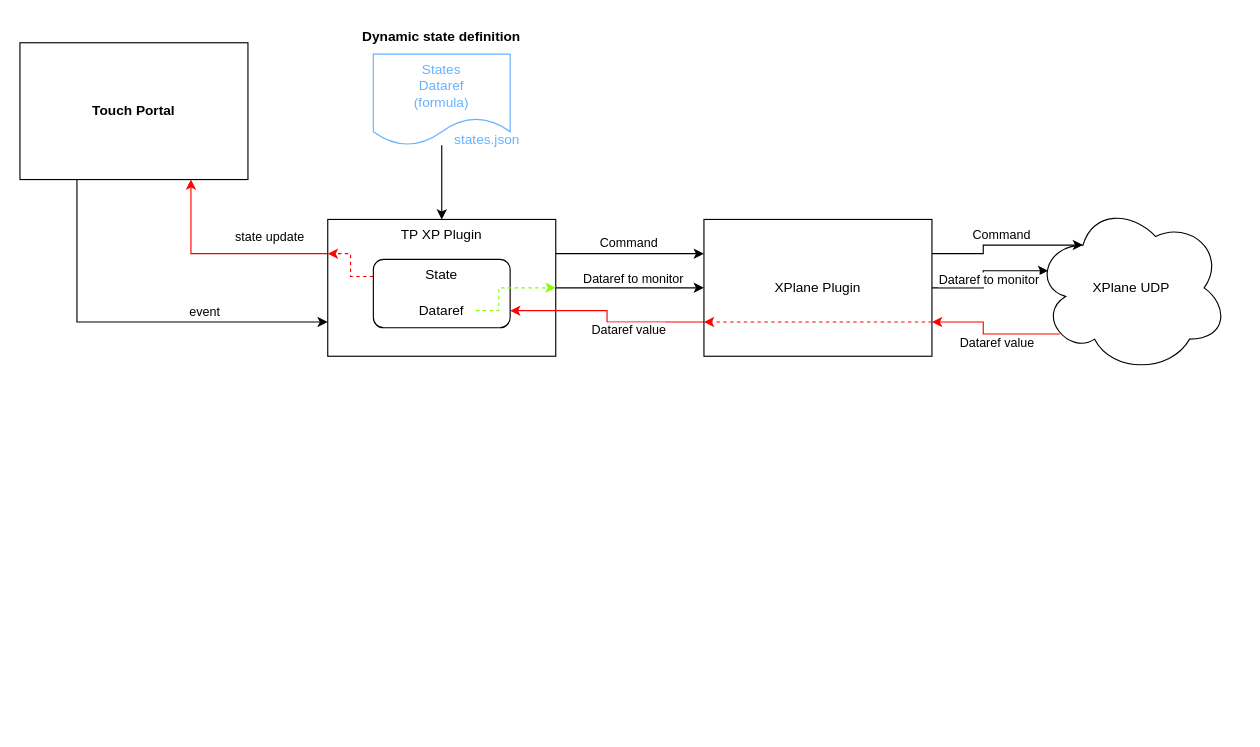
The draw.io diagram docs/tpxpplugin.drawio in devleaks/TouchPortal-X-Plane-UDP, before the edit. Source tidied: cells renumbered, new cells numbered last; positions are measured from the earlier drawing's top-left corner, leaving out a move shared by most shapes. Both pictures are drawn from the tidied source at 114%, with x=0, y=0 at pixel (19, 19).
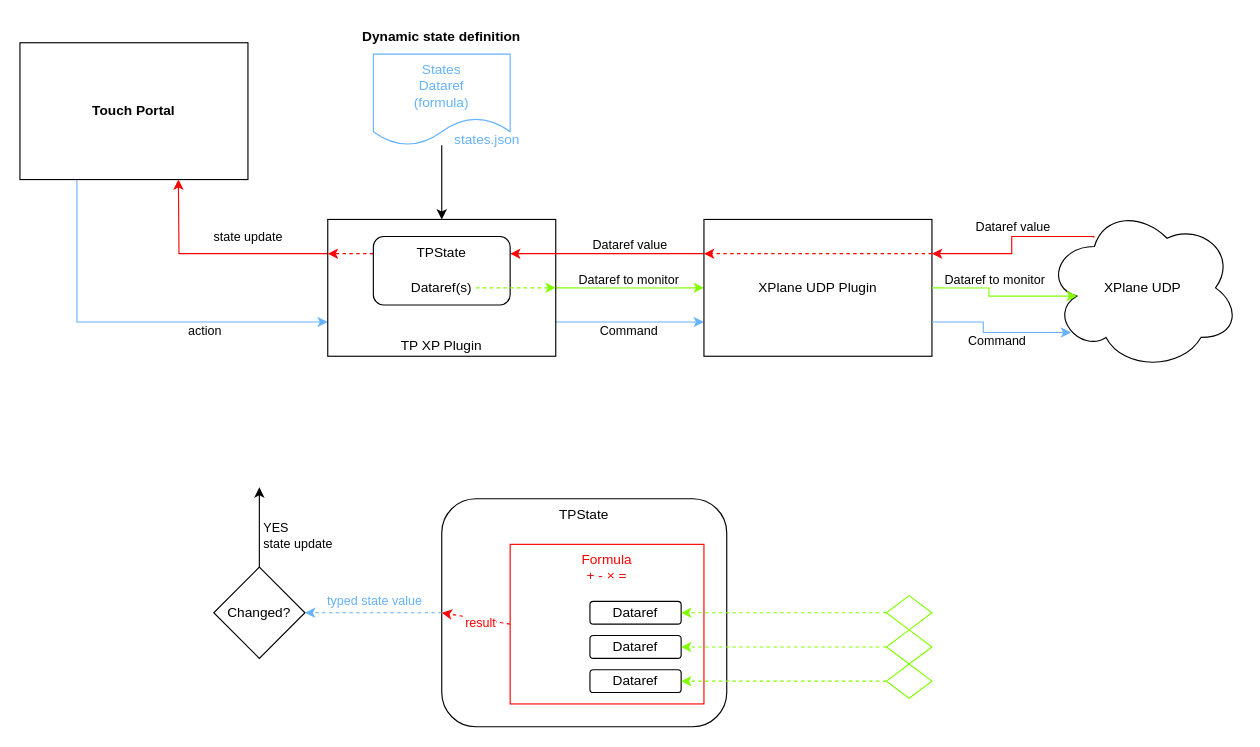
Above is the later version.

Commit message (it also covers changes not shown here):
more precise state defintion, less update from datarefs, faster too

The change refers to these unchanged cells:
```xml
<mxCell id="4" value="Touch Portal" style="rounded=0;whiteSpace=wrap;html=1;fontStyle=1;" parent="1" vertex="1">
  <mxGeometry y="20" width="200" height="120" as="geometry" />
</mxCell>
```

Diff of the diagram source:
```diff
@@
-    <mxCell id="2" style="edgeStyle=orthogonalEdgeStyle;rounded=0;jettySize=auto;html=1;exitX=0.25;exitY=1;exitDx=0;exitDy=0;entryX=0;entryY=0.75;entryDx=0;entryDy=0;" parent="1" edge="1" source="4" target="10">
+    <mxCell id="2" style="edgeStyle=orthogonalEdgeStyle;rounded=0;jettySize=auto;html=1;exitX=0.25;exitY=1;exitDx=0;exitDy=0;entryX=0;entryY=0.75;entryDx=0;entryDy=0;strokeColor=#66B2FF;" parent="1" edge="1" source="4" target="10">
       <mxGeometry relative="1" as="geometry" />
     </mxCell>
-    <mxCell id="3" value="event" style="edgeLabel;html=1;align=center;verticalAlign=middle;" parent="2" vertex="1">
+    <mxCell id="3" value="action" style="edgeLabel;html=1;align=center;verticalAlign=middle;" parent="2" vertex="1">
       <mxGeometry x="0.29" y="4" relative="1" as="geometry">
-        <mxPoint x="13" y="-6" as="offset" />
+        <mxPoint x="13" y="11" as="offset" />
       </mxGeometry>
     </mxCell>
@@
-    <mxCell id="5" style="edgeStyle=orthogonalEdgeStyle;rounded=0;jettySize=auto;html=1;exitX=1;exitY=0.25;exitDx=0;exitDy=0;entryX=0;entryY=0.25;entryDx=0;entryDy=0;" parent="1" edge="1" source="10" target="15">
+    <mxCell id="5" style="edgeStyle=orthogonalEdgeStyle;rounded=0;jettySize=auto;html=1;exitX=1;exitY=0.75;exitDx=0;exitDy=0;entryX=0;entryY=0.75;entryDx=0;entryDy=0;strokeColor=#66B2FF;" parent="1" edge="1" source="10" target="15">
       <mxGeometry relative="1" as="geometry" />
     </mxCell>
     <mxCell id="6" value="Command" style="edgeLabel;html=1;align=center;verticalAlign=middle;" parent="5" vertex="1">
       <mxGeometry x="-0.03" y="2" relative="1" as="geometry">
-        <mxPoint y="-8" as="offset" />
+        <mxPoint y="9" as="offset" />
       </mxGeometry>
     </mxCell>
-    <mxCell id="7" value="state update" style="edgeStyle=orthogonalEdgeStyle;rounded=0;jettySize=auto;html=1;exitX=0;exitY=0.25;exitDx=0;exitDy=0;entryX=0.75;entryY=1;entryDx=0;entryDy=0;strokeColor=#FF0000;" parent="1" edge="1" source="10" target="4">
-      <mxGeometry x="-0.45" y="-15" relative="1" as="geometry" />
+    <mxCell id="7" value="state update" style="edgeStyle=orthogonalEdgeStyle;rounded=0;jettySize=auto;html=1;exitX=0;exitY=0.25;exitDx=0;exitDy=0;entryX=0.75;entryY=1;entryDx=0;entryDy=0;strokeColor=#FF0000;" parent="1" edge="1" source="10">
+      <mxGeometry x="-0.28" y="-15" relative="1" as="geometry">
+        <mxPoint x="139" y="140" as="targetPoint" />
+      </mxGeometry>
     </mxCell>
-    <mxCell id="8" style="edgeStyle=orthogonalEdgeStyle;rounded=0;jettySize=auto;html=1;exitX=1;exitY=0.5;exitDx=0;exitDy=0;entryX=0;entryY=0.5;entryDx=0;entryDy=0;" parent="1" edge="1" source="10" target="15">
+    <mxCell id="8" style="edgeStyle=orthogonalEdgeStyle;rounded=0;jettySize=auto;html=1;exitX=1;exitY=0.5;exitDx=0;exitDy=0;entryX=0;entryY=0.5;entryDx=0;entryDy=0;fontColor=#FFFFFF;strokeColor=#80FF00;" parent="1" edge="1" source="10" target="15">
       <mxGeometry relative="1" as="geometry" />
     </mxCell>
     <mxCell id="9" value="Dataref to monitor" style="edgeLabel;html=1;align=center;verticalAlign=middle;" parent="8" vertex="1">
       <mxGeometry x="0.03" y="4" relative="1" as="geometry">
-        <mxPoint y="-5" as="offset" />
+        <mxPoint x="-4" y="-4" as="offset" />
       </mxGeometry>
     </mxCell>
-    <mxCell id="10" value="TP XP Plugin" style="rounded=0;whiteSpace=wrap;html=1;verticalAlign=top;" parent="1" vertex="1">
+    <mxCell id="10" value="TP XP Plugin" style="rounded=0;whiteSpace=wrap;html=1;verticalAlign=bottom;" parent="1" vertex="1">
       <mxGeometry x="270" y="175" width="200" height="120" as="geometry" />
     </mxCell>
@@
-    <mxCell id="13" style="edgeStyle=orthogonalEdgeStyle;rounded=0;jettySize=auto;html=1;exitX=0;exitY=0.75;exitDx=0;exitDy=0;entryX=1;entryY=0.75;entryDx=0;entryDy=0;strokeColor=#FF0000;" parent="1" edge="1" source="15" target="22">
+    <mxCell id="13" style="edgeStyle=orthogonalEdgeStyle;rounded=0;jettySize=auto;html=1;exitX=0;exitY=0.25;exitDx=0;exitDy=0;entryX=1;entryY=0.25;entryDx=0;entryDy=0;strokeColor=#FF0000;" parent="1" edge="1" source="15" target="22">
       <mxGeometry relative="1" as="geometry" />
     </mxCell>
     <mxCell id="14" value="Dataref value" style="edgeLabel;html=1;align=center;verticalAlign=middle;" parent="13" vertex="1">
       <mxGeometry x="0.17" relative="1" as="geometry">
-        <mxPoint x="28" y="16" as="offset" />
+        <mxPoint x="33" y="-9" as="offset" />
       </mxGeometry>
     </mxCell>
-    <mxCell id="15" value="XPlane Plugin" style="rounded=0;whiteSpace=wrap;html=1;" parent="1" vertex="1">
+    <mxCell id="15" value="XPlane UDP Plugin" style="rounded=0;whiteSpace=wrap;html=1;" parent="1" vertex="1">
       <mxGeometry x="600" y="175" width="200" height="120" as="geometry" />
     </mxCell>
-    <mxCell id="16" style="edgeStyle=orthogonalEdgeStyle;rounded=0;jettySize=auto;html=1;exitX=0.13;exitY=0.77;exitDx=0;exitDy=0;exitPerimeter=0;entryX=1;entryY=0.75;entryDx=0;entryDy=0;strokeColor=#FF0000;" parent="1" edge="1" source="18" target="15">
-      <mxGeometry relative="1" as="geometry" />
+    <mxCell id="16" style="edgeStyle=orthogonalEdgeStyle;rounded=0;orthogonalLoop=1;jettySize=auto;html=1;entryX=1;entryY=0.25;entryDx=0;entryDy=0;strokeColor=#FF0000;exitX=0.247;exitY=0.197;exitDx=0;exitDy=0;exitPerimeter=0;" parent="1" edge="1">
+      <mxGeometry relative="1" as="geometry">
+        <mxPoint x="942" y="191.1" as="sourcePoint" />
+        <mxPoint x="800" y="205" as="targetPoint" />
+        <Array as="points">
+          <mxPoint x="942" y="190" />
+          <mxPoint x="870" y="190" />
+          <mxPoint x="870" y="205" />
+        </Array>
+      </mxGeometry>
     </mxCell>
     <mxCell id="17" value="Dataref value" style="edgeLabel;html=1;align=center;verticalAlign=middle;" parent="16" vertex="1">
       <mxGeometry x="-0.08" y="-1" relative="1" as="geometry">
-        <mxPoint y="8" as="offset" />
+        <mxPoint x="1" y="-8" as="offset" />
       </mxGeometry>
     </mxCell>
     <mxCell id="18" value="XPlane UDP" style="ellipse;shape=cloud;whiteSpace=wrap;html=1;" parent="1" vertex="1">
-      <mxGeometry x="890" y="160" width="170" height="150" as="geometry" />
+      <mxGeometry x="900" y="162.5" width="170" height="145" as="geometry" />
     </mxCell>
-    <mxCell id="19" style="edgeStyle=orthogonalEdgeStyle;rounded=0;jettySize=auto;html=1;exitX=1;exitY=0.25;exitDx=0;exitDy=0;entryX=0.25;entryY=0.25;entryDx=0;entryDy=0;entryPerimeter=0;" parent="1" edge="1" source="15" target="18">
-      <mxGeometry relative="1" as="geometry" />
+    <mxCell id="19" style="edgeStyle=orthogonalEdgeStyle;rounded=0;jettySize=auto;html=1;exitX=1;exitY=0.75;exitDx=0;exitDy=0;entryX=0.13;entryY=0.77;entryDx=0;entryDy=0;entryPerimeter=0;strokeColor=#66B2FF;" parent="1" edge="1" source="15" target="18">
+      <mxGeometry relative="1" as="geometry">
+        <Array as="points">
+          <mxPoint x="845" y="265" />
+          <mxPoint x="845" y="274" />
+        </Array>
+      </mxGeometry>
     </mxCell>
     <mxCell id="20" value="Command" style="edgeLabel;html=1;align=center;verticalAlign=middle;" parent="19" vertex="1">
       <mxGeometry x="-0.05" y="4" relative="1" as="geometry">
-        <mxPoint x="1" y="-5" as="offset" />
+        <mxPoint x="4" y="11" as="offset" />
       </mxGeometry>
     </mxCell>
     <mxCell id="21" style="edgeStyle=orthogonalEdgeStyle;rounded=0;jettySize=auto;html=1;exitX=0;exitY=0.25;exitDx=0;exitDy=0;entryX=0;entryY=0.25;entryDx=0;entryDy=0;strokeColor=#FF0000;dashed=1;" parent="1" edge="1" source="22" target="10">
       <mxGeometry relative="1" as="geometry">
         <Array as="points">
-          <mxPoint x="290" y="225" />
-          <mxPoint x="290" y="205" />
+          <mxPoint x="300" y="205" />
+          <mxPoint x="300" y="205" />
         </Array>
       </mxGeometry>
     </mxCell>
-    <mxCell id="22" value="State" style="rounded=1;whiteSpace=wrap;html=1;verticalAlign=top;" parent="1" vertex="1">
-      <mxGeometry x="310" y="210" width="120" height="60" as="geometry" />
+    <mxCell id="22" value="TPState" style="rounded=1;whiteSpace=wrap;html=1;verticalAlign=top;" parent="1" vertex="1">
+      <mxGeometry x="310" y="190" width="120" height="60" as="geometry" />
     </mxCell>
     <mxCell id="23" style="edgeStyle=orthogonalEdgeStyle;rounded=0;jettySize=auto;html=1;exitX=1;exitY=0.5;exitDx=0;exitDy=0;entryX=1;entryY=0.5;entryDx=0;entryDy=0;dashed=1;strokeColor=#80FF00;" parent="1" edge="1" source="24" target="10">
       <mxGeometry relative="1" as="geometry">
         <Array as="points">
-          <mxPoint x="420" y="255" />
-          <mxPoint x="420" y="235" />
+          <mxPoint x="410" y="235" />
+          <mxPoint x="410" y="235" />
         </Array>
       </mxGeometry>
     </mxCell>
-    <mxCell id="24" value="Dataref" style="text;html=1;strokeColor=none;fillColor=none;align=center;verticalAlign=middle;whiteSpace=wrap;rounded=0;" parent="1" vertex="1">
-      <mxGeometry x="340" y="240" width="60" height="30" as="geometry" />
+    <mxCell id="24" value="Dataref(s)" style="text;html=1;strokeColor=none;fillColor=none;align=center;verticalAlign=middle;whiteSpace=wrap;rounded=0;" parent="1" vertex="1">
+      <mxGeometry x="340" y="220" width="60" height="30" as="geometry" />
     </mxCell>
-    <mxCell id="25" style="edgeStyle=orthogonalEdgeStyle;rounded=0;jettySize=auto;html=1;entryX=0.07;entryY=0.4;entryDx=0;entryDy=0;entryPerimeter=0;" parent="1" edge="1" source="15" target="18">
+    <mxCell id="25" style="edgeStyle=orthogonalEdgeStyle;rounded=0;jettySize=auto;html=1;entryX=0.16;entryY=0.55;entryDx=0;entryDy=0;entryPerimeter=0;fontColor=#FFFFFF;strokeColor=#80FF00;" parent="1" edge="1" source="15" target="18">
       <mxGeometry relative="1" as="geometry" />
     </mxCell>
@@
-    <mxCell id="27" style="edgeStyle=orthogonalEdgeStyle;rounded=0;orthogonalLoop=1;jettySize=auto;html=1;exitX=1;exitY=0.75;exitDx=0;exitDy=0;entryX=0;entryY=0.75;entryDx=0;entryDy=0;strokeColor=#FF0000;dashed=1;" parent="1" edge="1" source="15" target="15">
+    <mxCell id="27" style="edgeStyle=orthogonalEdgeStyle;rounded=0;orthogonalLoop=1;jettySize=auto;html=1;exitX=1;exitY=0.25;exitDx=0;exitDy=0;entryX=0;entryY=0.25;entryDx=0;entryDy=0;strokeColor=#FF0000;dashed=1;" parent="1" edge="1" source="15" target="15">
       <mxGeometry relative="1" as="geometry">
         <Array as="points">
-          <mxPoint x="620" y="265" />
-          <mxPoint x="620" y="265" />
+          <mxPoint x="700" y="205" />
+          <mxPoint x="700" y="205" />
         </Array>
       </mxGeometry>
     </mxCell>
@@
+    <mxCell id="30" value="TPState" style="rounded=1;whiteSpace=wrap;html=1;verticalAlign=top;" parent="1" vertex="1">
+      <mxGeometry x="370" y="420" width="250" height="200" as="geometry" />
+    </mxCell>
+    <mxCell id="31" value="Formula&lt;br&gt;+ - × =" style="rounded=0;whiteSpace=wrap;html=1;verticalAlign=top;strokeColor=#FF0000;fontColor=#FF0000;" parent="1" vertex="1">
+      <mxGeometry x="430" y="460" width="170" height="140" as="geometry" />
+    </mxCell>
+    <mxCell id="32" value="Dataref" style="rounded=1;whiteSpace=wrap;html=1;" parent="1" vertex="1">
+      <mxGeometry x="500" y="540" width="80" height="20" as="geometry" />
+    </mxCell>
+    <mxCell id="33" value="Dataref" style="rounded=1;whiteSpace=wrap;html=1;" parent="1" vertex="1">
+      <mxGeometry x="500" y="570" width="80" height="20" as="geometry" />
+    </mxCell>
+    <mxCell id="34" value="Dataref" style="rounded=1;whiteSpace=wrap;html=1;" parent="1" vertex="1">
+      <mxGeometry x="500" y="510" width="80" height="20" as="geometry" />
+    </mxCell>
+    <mxCell id="35" style="edgeStyle=none;jettySize=auto;html=1;rounded=0;entryX=1;entryY=0.5;entryDx=0;entryDy=0;strokeColor=#80FF00;dashed=1;exitX=0;exitY=0.5;exitDx=0;exitDy=0;" parent="1" edge="1" source="45" target="34">
+      <mxGeometry relative="1" as="geometry" />
+    </mxCell>
+    <mxCell id="36" style="edgeStyle=none;jettySize=auto;html=1;rounded=0;entryX=1;entryY=0.5;entryDx=0;entryDy=0;strokeColor=#80FF00;dashed=1;exitX=0;exitY=0.5;exitDx=0;exitDy=0;" parent="1" edge="1" source="46" target="32">
+      <mxGeometry relative="1" as="geometry" />
+    </mxCell>
+    <mxCell id="37" style="edgeStyle=none;jettySize=auto;html=1;rounded=0;entryX=1;entryY=0.5;entryDx=0;entryDy=0;strokeColor=#80FF00;dashed=1;exitX=0;exitY=0.5;exitDx=0;exitDy=0;" parent="1" edge="1" source="47" target="33">
+      <mxGeometry relative="1" as="geometry" />
+    </mxCell>
+    <mxCell id="38" style="edgeStyle=none;jettySize=auto;html=1;rounded=0;strokeColor=#FF0000;dashed=1;exitX=0;exitY=0.5;exitDx=0;exitDy=0;entryX=0;entryY=0.5;entryDx=0;entryDy=0;" parent="1" edge="1" source="31" target="30">
+      <mxGeometry relative="1" as="geometry" />
+    </mxCell>
+    <mxCell id="39" value="result" style="edgeLabel;html=1;align=center;verticalAlign=middle;fontColor=#FF0000;" parent="38" vertex="1">
+      <mxGeometry x="-0.15" y="3" relative="1" as="geometry" />
+    </mxCell>
+    <mxCell id="40" style="edgeStyle=none;jettySize=auto;html=1;rounded=0;strokeColor=#66B2FF;dashed=1;exitX=0;exitY=0.5;exitDx=0;exitDy=0;" parent="1" edge="1" source="30">
+      <mxGeometry relative="1" as="geometry">
+        <mxPoint x="250" y="520" as="targetPoint" />
+      </mxGeometry>
+    </mxCell>
+    <mxCell id="41" value="typed state value" style="edgeLabel;html=1;align=center;verticalAlign=middle;fontColor=#66B2FF;" parent="40" vertex="1">
+      <mxGeometry x="0.04" y="-1" relative="1" as="geometry">
+        <mxPoint x="2" y="-10" as="offset" />
+      </mxGeometry>
+    </mxCell>
+    <mxCell id="42" style="edgeStyle=orthogonalEdgeStyle;rounded=0;jettySize=auto;html=1;" parent="1" edge="1" source="44">
+      <mxGeometry relative="1" as="geometry">
+        <mxPoint x="210" y="410" as="targetPoint" />
+      </mxGeometry>
+    </mxCell>
+    <mxCell id="43" value="YES&lt;br&gt;state update" style="edgeLabel;html=1;align=left;verticalAlign=middle;" parent="42" vertex="1">
+      <mxGeometry x="-0.01" y="-4" relative="1" as="geometry">
+        <mxPoint x="-2" y="7" as="offset" />
+      </mxGeometry>
+    </mxCell>
+    <mxCell id="44" value="Changed?" style="rhombus;whiteSpace=wrap;html=1;" parent="1" vertex="1">
+      <mxGeometry x="170" y="480" width="80" height="80" as="geometry" />
+    </mxCell>
+    <mxCell id="45" style="rhombus;whiteSpace=wrap;html=1;strokeColor=#80FF00;" parent="1" vertex="1">
+      <mxGeometry x="760" y="505" width="40" height="30" as="geometry" />
+    </mxCell>
+    <mxCell id="46" style="rhombus;whiteSpace=wrap;html=1;strokeColor=#80FF00;" parent="1" vertex="1">
+      <mxGeometry x="760" y="535" width="40" height="30" as="geometry" />
+    </mxCell>
+    <mxCell id="47" style="rhombus;whiteSpace=wrap;html=1;strokeColor=#80FF00;" parent="1" vertex="1">
+      <mxGeometry x="760" y="565" width="40" height="30" as="geometry" />
+    </mxCell>
```
